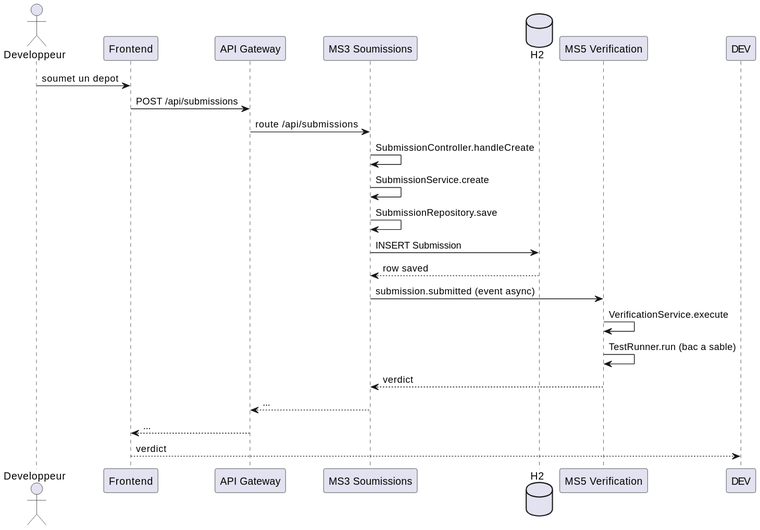
Earlier version of the PlantUML export docs/Diagrams/Submissions/ms3-submissions-sequence.svg (reemslama/mini-projet-web). The source it was exported from:
```plantuml
@startuml
skinparam backgroundColor #FFFFFF
actor Developpeur
participant "Frontend" as FE
participant "API Gateway" as GW
participant "MS3 Soumissions" as MS3
database "H2" as DB
participant "MS5 Verification" as MS5

Developpeur -> FE : soumet un depot
FE -> GW : POST /api/submissions
GW -> MS3 : route /api/submissions
MS3 -> MS3 : SubmissionController.handleCreate
MS3 -> MS3 : SubmissionService.create
MS3 -> MS3 : SubmissionRepository.save
MS3 -> DB : INSERT Submission
DB --> MS3 : row saved
MS3 -> MS5 : submission.submitted (event async)
MS5 -> MS5 : VerificationService.execute
MS5 -> MS5 : TestRunner.run (bac a sable)
MS5 --> MS3 : verdict
MS3 --> GW : ...
GW --> FE : ...
FE --> DEV : verdict
@enduml
```
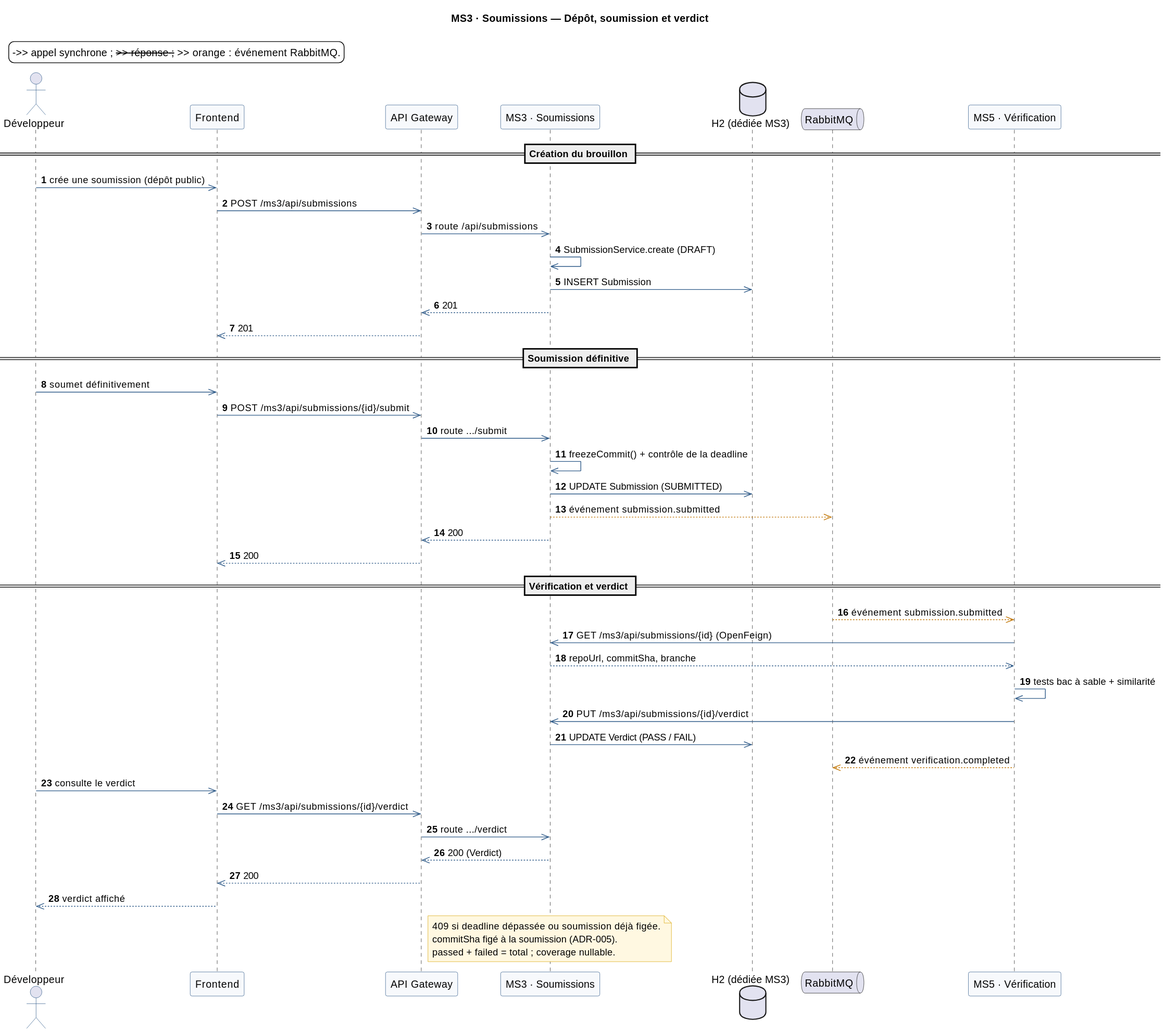
Above is the later version.

The edit, as a diff of the source:
```diff
@@ -1,25 +1,70 @@
 @startuml
+title MS3 · Soumissions — Dépôt, soumission et verdict
+
 skinparam backgroundColor #FFFFFF
-actor Developpeur
+skinparam shadowing false
+skinparam FontName Helvetica
+skinparam FontSize 12
+skinparam ArrowColor #2E5A88
+skinparam ParticipantBackgroundColor #F7F9FC
+skinparam ParticipantBorderColor #2E5A88
+skinparam ActorBorderColor #2E5A88
+skinparam NoteBackgroundColor #FFF8E1
+skinparam NoteBorderColor #D9A400
+autonumber
+
+legend top left
+  ->> appel synchrone ; -->> réponse ; -->> orange : événement RabbitMQ.
+end legend
+
+actor "Développeur" as DEV
 participant "Frontend" as FE
 participant "API Gateway" as GW
-participant "MS3 Soumissions" as MS3
-database "H2" as DB
-participant "MS5 Verification" as MS5
+participant "MS3 · Soumissions" as MS3
+database "H2 (dédiée MS3)" as DB
+queue "RabbitMQ" as RMQ
+participant "MS5 · Vérification" as MS5
 
-Developpeur -> FE : soumet un depot
-FE -> GW : POST /api/submissions
-GW -> MS3 : route /api/submissions
-MS3 -> MS3 : SubmissionController.handleCreate
-MS3 -> MS3 : SubmissionService.create
-MS3 -> MS3 : SubmissionRepository.save
-MS3 -> DB : INSERT Submission
-DB --> MS3 : row saved
-MS3 -> MS5 : submission.submitted (event async)
-MS5 -> MS5 : VerificationService.execute
-MS5 -> MS5 : TestRunner.run (bac a sable)
-MS5 --> MS3 : verdict
-MS3 --> GW : ...
-GW --> FE : ...
-FE --> DEV : verdict
+== Création du brouillon ==
+
+DEV ->> FE : crée une soumission (dépôt public)
+FE ->> GW : POST /ms3/api/submissions
+GW ->> MS3 : route /api/submissions
+MS3 ->> MS3 : SubmissionService.create (DRAFT)
+MS3 ->> DB : INSERT Submission
+MS3 -->> GW : 201
+GW -->> FE : 201
+
+== Soumission définitive ==
+
+DEV ->> FE : soumet définitivement
+FE ->> GW : POST /ms3/api/submissions/{id}/submit
+GW ->> MS3 : route .../submit
+MS3 ->> MS3 : freezeCommit() + contrôle de la deadline
+MS3 ->> DB : UPDATE Submission (SUBMITTED)
+MS3 --[#C07400]>> RMQ : événement submission.submitted
+MS3 -->> GW : 200
+GW -->> FE : 200
+
+== Vérification et verdict ==
+
+RMQ --[#C07400]>> MS5 : événement submission.submitted
+MS5 ->> MS3 : GET /ms3/api/submissions/{id} (OpenFeign)
+MS3 -->> MS5 : repoUrl, commitSha, branche
+MS5 ->> MS5 : tests bac à sable + similarité
+MS5 ->> MS3 : PUT /ms3/api/submissions/{id}/verdict
+MS3 ->> DB : UPDATE Verdict (PASS / FAIL)
+MS5 --[#C07400]>> RMQ : événement verification.completed
+DEV ->> FE : consulte le verdict
+FE ->> GW : GET /ms3/api/submissions/{id}/verdict
+GW ->> MS3 : route .../verdict
+MS3 -->> GW : 200 (Verdict)
+GW -->> FE : 200
+FE -->> DEV : verdict affiché
+
+note over MS3
+  409 si deadline dépassée ou soumission déjà figée.
+  commitSha figé à la soumission (ADR-005).
+  passed + failed = total ; coverage nullable.
+end note
 @enduml
```
